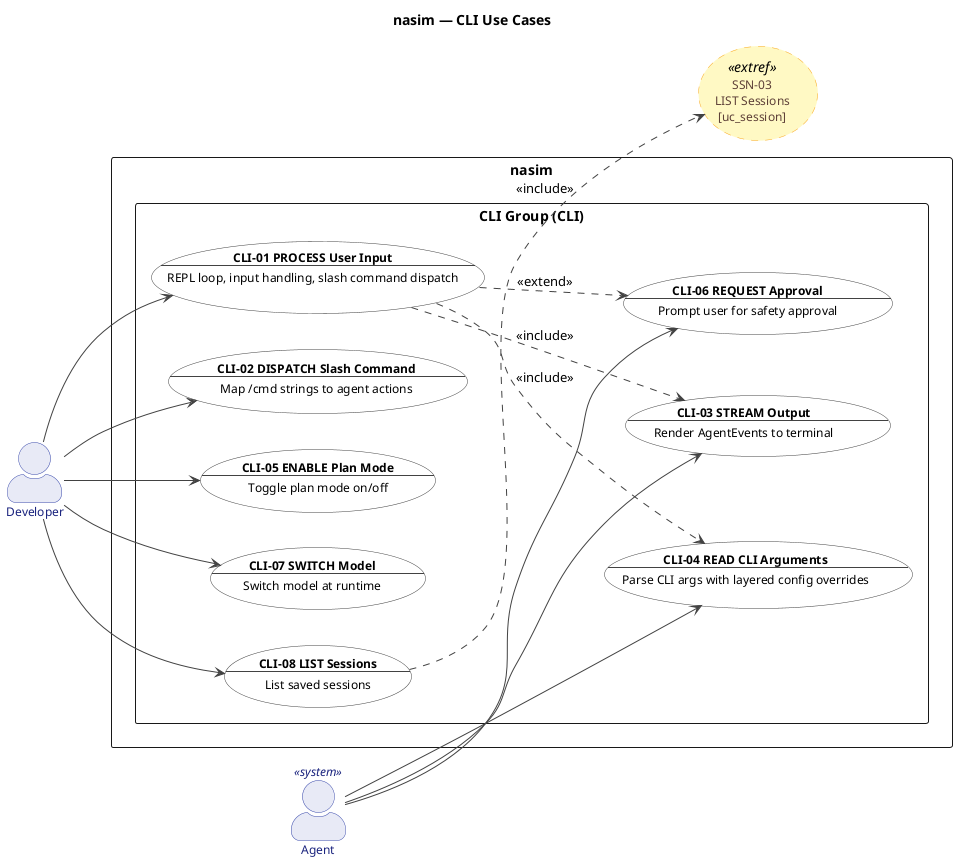
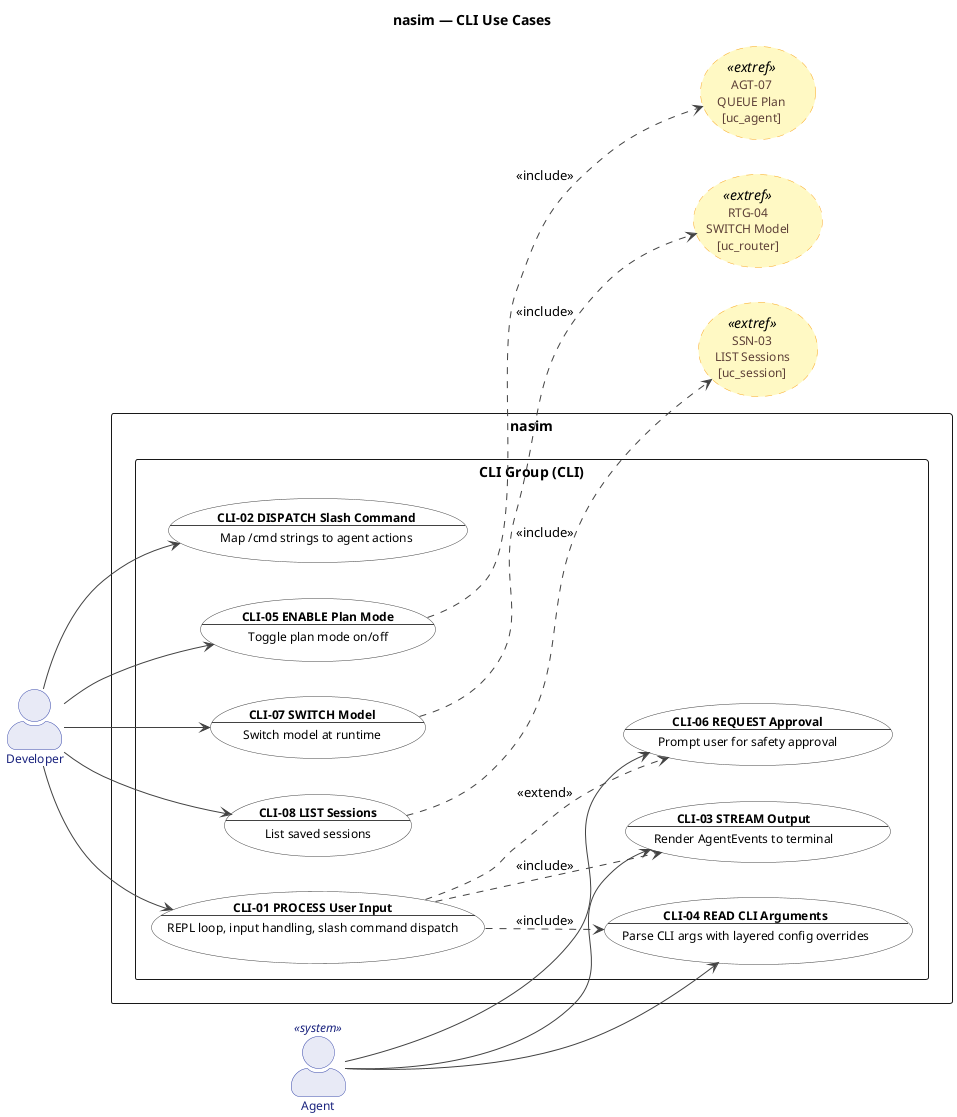
@startuml uc_cli

' ============================================================
' Title:     nasim — UC: CLI Group
' Group:     CLI (CLI Layer)
' Boundary:  nasim code agent
' Purpose:   REPL, argument parsing, slash commands, rich rendering
' Milestone: v1.0
' Version:   7.0.0
' Source:    docs/ENTITIES.md
' Review:    docs/audit/audit.2026.06.20.uc-layer.car.md
' ============================================================

left to right direction

title nasim — CLI Use Cases

skinparam actorStyle awesome
skinparam packageStyle rectangle

skinparam usecase {
  BackgroundColor #FFFFFF
  BorderColor #424242
  FontColor #000000
  ArrowColor #424242
  FontSize 12
}

skinparam actor {
  BackgroundColor #E8EAF6
  BorderColor #3949AB
  FontColor #1A237E
  FontSize 12
}

skinparam usecase<<extref>> {
  BackgroundColor #FFF9C4
  BorderColor #F9A825
  FontColor #5D4037
  BorderStyle dashed
}

' ============================================================
' Actors
' ============================================================

actor "Developer" as Developer
actor "Agent" as Agent <<system>>

' ============================================================
' Cross-Group External References
' ============================================================

usecase "SSN-03\nLIST Sessions\n[uc_session]" as SSN03_ext <<extref>>
+ usecase "RTG-04\nSWITCH Model\n[uc_router]" as RTG04_ext <<extref>>
+ usecase "AGT-07\nQUEUE Plan\n[uc_agent]" as AGT07_ext <<extref>>

' ============================================================
' System Boundary
' ============================================================

rectangle "nasim" {
  package "CLI Group (CLI)" {
    usecase "**CLI-01 PROCESS User Input**\n--\nREPL loop, input handling, slash command dispatch" as CLI01
    usecase "**CLI-02 DISPATCH Slash Command**\n--\nMap /cmd strings to agent actions" as CLI02
    usecase "**CLI-03 STREAM Output**\n--\nRender AgentEvents to terminal" as CLI03
    usecase "**CLI-04 READ CLI Arguments**\n--\nParse CLI args with layered config overrides" as CLI04
    usecase "**CLI-05 ENABLE Plan Mode**\n--\nToggle plan mode on/off" as CLI05
    usecase "**CLI-06 REQUEST Approval**\n--\nPrompt user for safety approval" as CLI06
    usecase "**CLI-07 SWITCH Model**\n--\nSwitch model at runtime" as CLI07
    usecase "**CLI-08 LIST Sessions**\n--\nList saved sessions" as CLI08
  }
}

' ============================================================
' Actor -> Use Case Associations
' ============================================================

Developer --> CLI01
Developer --> CLI02
Developer --> CLI05
Developer --> CLI07
Developer --> CLI08
Agent --> CLI03
Agent --> CLI04
Agent --> CLI06

' ============================================================
' Relationships
' ============================================================

CLI01 ..> CLI03 : <<include>>
CLI01 ..> CLI04 : <<include>>
CLI01 ..> CLI06 : <<extend>>
+ CLI07 ..> RTG04_ext : <<include>>
+ CLI05 ..> AGT07_ext : <<include>>
CLI08 ..> SSN03_ext : <<include>>

@enduml
